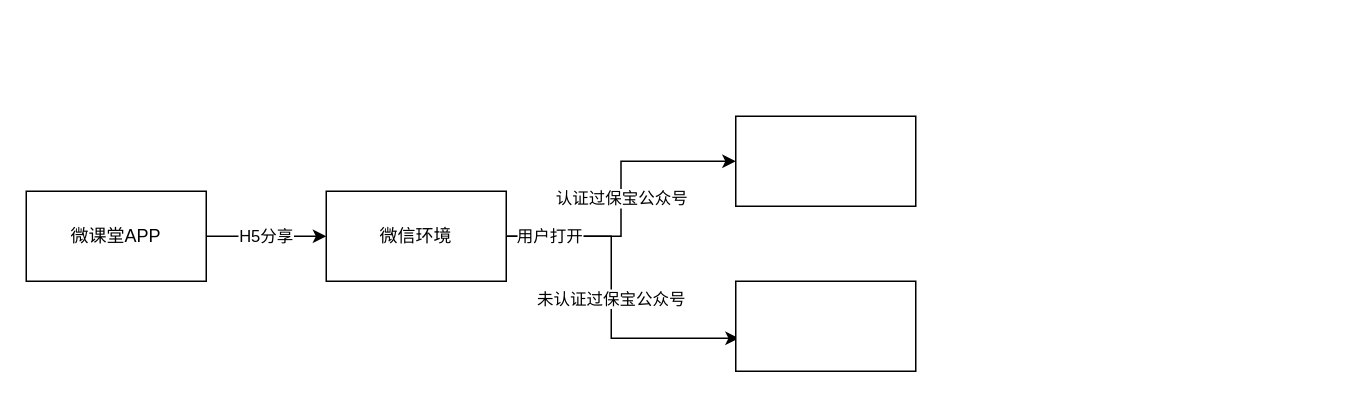
The draw.io diagram OneID.drawio in fangshigithub/Draw, before the edit. Source tidied: cells renumbered, new cells numbered last; positions are measured from the earlier drawing's top-left corner, leaving out a move shared by most shapes. Both pictures are drawn from the tidied source at 150%, with x=0, y=0 at pixel (26, 116).
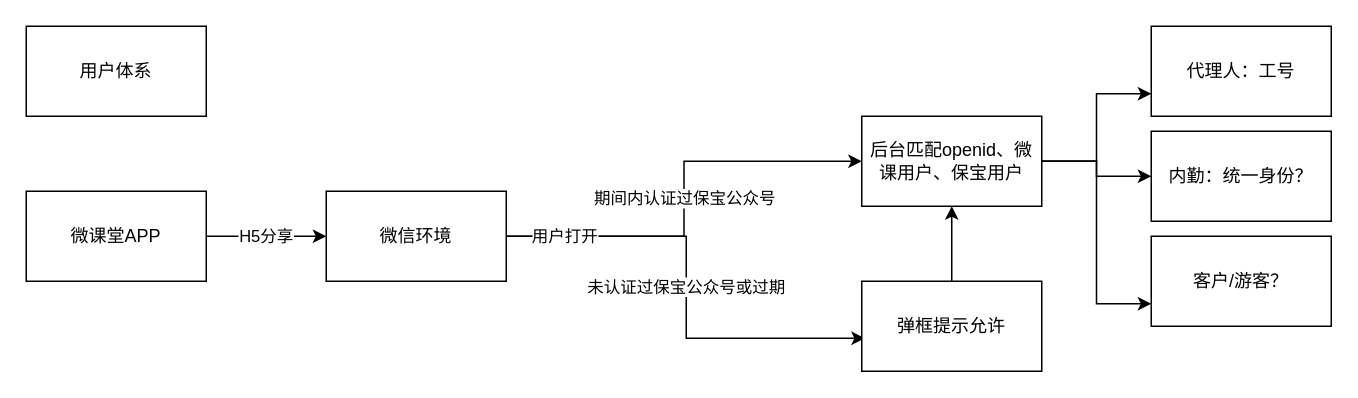
The same diagram, later.

Change to the diagram source:
```diff
@@
 <mxGraphModel>
   <root>
     <mxCell id="0" />
     <mxCell id="1" parent="0" />
     <mxCell id="2" value="H5分享" style="edgeStyle=orthogonalEdgeStyle;rounded=0;jettySize=auto;html=1;" parent="1" edge="1" source="3" target="7">
       <mxGeometry relative="1" as="geometry" />
     </mxCell>
     <mxCell id="3" value="微课堂APP" style="rounded=0;whiteSpace=wrap;html=1;" parent="1" vertex="1">
       <mxGeometry y="50" width="120" height="60" as="geometry" />
     </mxCell>
-    <mxCell id="4" value="认证过保宝公众号" style="edgeStyle=orthogonalEdgeStyle;rounded=0;jettySize=auto;html=1;" parent="1" edge="1" source="7" target="8">
+    <mxCell id="4" value="期间内认证过保宝公众号" style="edgeStyle=orthogonalEdgeStyle;rounded=0;jettySize=auto;html=1;" parent="1" edge="1" source="7" target="8">
       <mxGeometry relative="1" as="geometry" />
     </mxCell>
-    <mxCell id="5" value="未认证过保宝公众号" style="edgeStyle=orthogonalEdgeStyle;rounded=0;jettySize=auto;html=1;entryX=0.017;entryY=0.633;entryDx=0;entryDy=0;entryPerimeter=0;" parent="1" edge="1" source="7" target="9">
+    <mxCell id="5" value="未认证过保宝公众号或过期" style="edgeStyle=orthogonalEdgeStyle;rounded=0;jettySize=auto;html=1;entryX=0.017;entryY=0.633;entryDx=0;entryDy=0;entryPerimeter=0;" parent="1" edge="1" source="7" target="9">
       <mxGeometry relative="1" as="geometry">
         <Array as="points">
-          <mxPoint x="390" y="80" />
-          <mxPoint x="390" y="148" />
+          <mxPoint x="440" y="80" />
+          <mxPoint x="440" y="148" />
         </Array>
       </mxGeometry>
     </mxCell>
     <mxCell id="6" value="用户打开" style="edgeLabel;html=1;align=center;verticalAlign=middle;" parent="5" vertex="1">
       <mxGeometry x="-0.75" y="1" relative="1" as="geometry" />
     </mxCell>
     <mxCell id="7" value="微信环境" style="rounded=0;whiteSpace=wrap;html=1;" parent="1" vertex="1">
       <mxGeometry x="200" y="50" width="120" height="60" as="geometry" />
     </mxCell>
+    <mxCell id="10" style="edgeStyle=orthogonalEdgeStyle;rounded=0;jettySize=auto;html=1;entryX=0;entryY=0.75;entryDx=0;entryDy=0;" parent="1" edge="1" source="8" target="15">
+      <mxGeometry relative="1" as="geometry" />
+    </mxCell>
+    <mxCell id="11" style="edgeStyle=orthogonalEdgeStyle;rounded=0;jettySize=auto;html=1;entryX=0;entryY=0.5;entryDx=0;entryDy=0;" parent="1" edge="1" source="8" target="17">
+      <mxGeometry relative="1" as="geometry" />
+    </mxCell>
+    <mxCell id="12" style="edgeStyle=orthogonalEdgeStyle;rounded=0;jettySize=auto;html=1;entryX=0;entryY=0.75;entryDx=0;entryDy=0;" parent="1" edge="1" source="8" target="16">
+      <mxGeometry relative="1" as="geometry" />
+    </mxCell>
-    <mxCell id="8" style="whiteSpace=wrap;html=1;rounded=0;" parent="1" vertex="1">
-      <mxGeometry x="473" width="120" height="60" as="geometry" />
+    <mxCell id="8" value="后台匹配openid、微课用户、保宝用户" style="whiteSpace=wrap;html=1;rounded=0;" parent="1" vertex="1">
+      <mxGeometry x="557" width="120" height="60" as="geometry" />
     </mxCell>
+    <mxCell id="13" style="edgeStyle=orthogonalEdgeStyle;rounded=0;jettySize=auto;html=1;" parent="1" edge="1" source="9" target="8">
+      <mxGeometry relative="1" as="geometry" />
+    </mxCell>
-    <mxCell id="9" style="rounded=0;whiteSpace=wrap;html=1;" parent="1" vertex="1">
-      <mxGeometry x="473" y="110" width="120" height="60" as="geometry" />
+    <mxCell id="9" value="弹框提示允许" style="rounded=0;whiteSpace=wrap;html=1;" parent="1" vertex="1">
+      <mxGeometry x="557" y="110" width="120" height="60" as="geometry" />
     </mxCell>
+    <mxCell id="14" value="用户体系" style="rounded=0;whiteSpace=wrap;html=1;" parent="1" vertex="1">
+      <mxGeometry y="-60" width="120" height="60" as="geometry" />
+    </mxCell>
+    <mxCell id="15" value="代理人：工号" style="rounded=0;whiteSpace=wrap;html=1;" parent="1" vertex="1">
+      <mxGeometry x="750" y="-60" width="120" height="60" as="geometry" />
+    </mxCell>
+    <mxCell id="16" value="客户/游客？" style="rounded=0;whiteSpace=wrap;html=1;" parent="1" vertex="1">
+      <mxGeometry x="750" y="80" width="120" height="60" as="geometry" />
+    </mxCell>
+    <mxCell id="17" value="内勤：统一身份？" style="rounded=0;whiteSpace=wrap;html=1;" parent="1" vertex="1">
+      <mxGeometry x="750" y="10" width="120" height="60" as="geometry" />
+    </mxCell>
   </root>
 </mxGraphModel>
```
